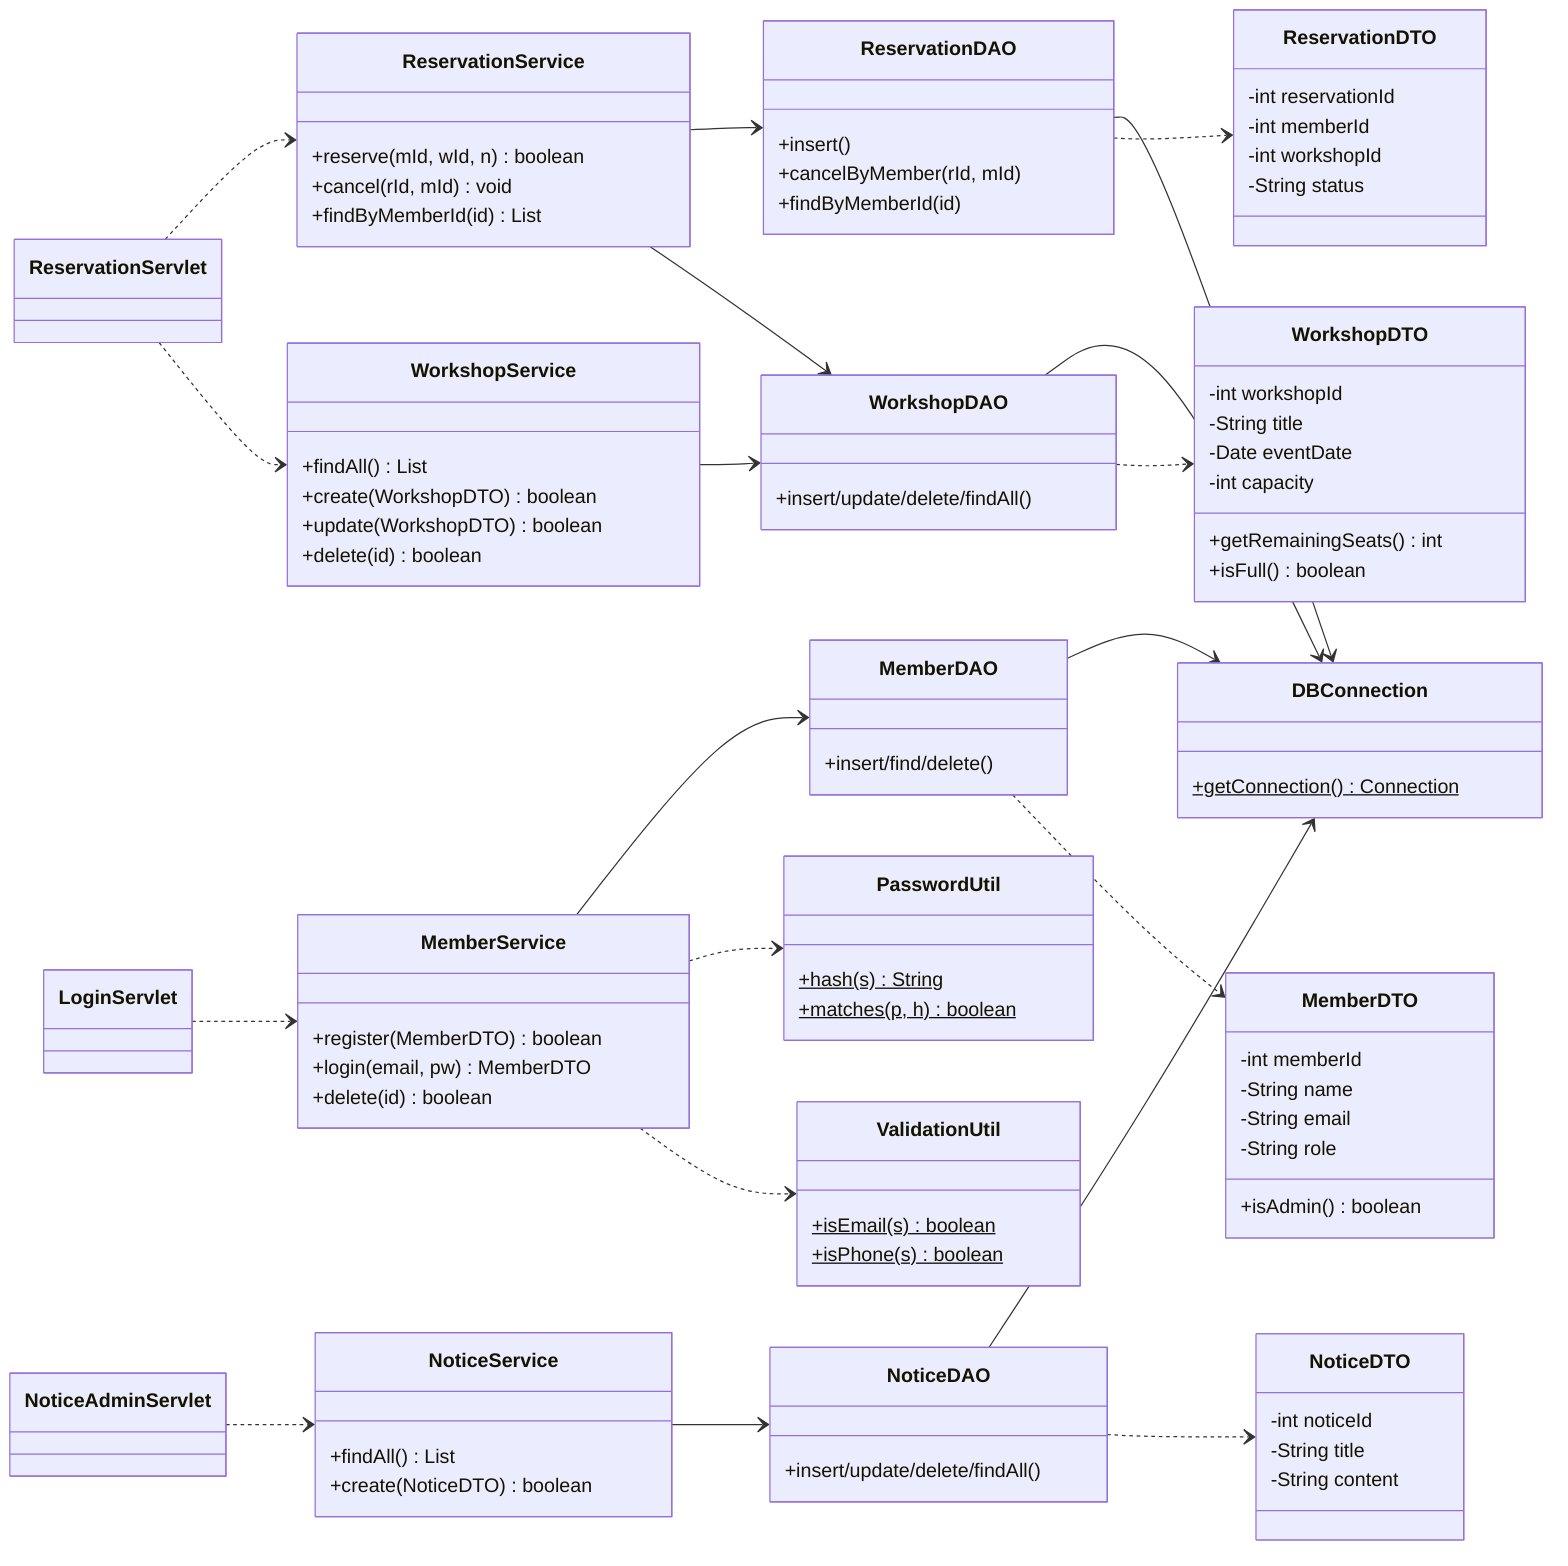
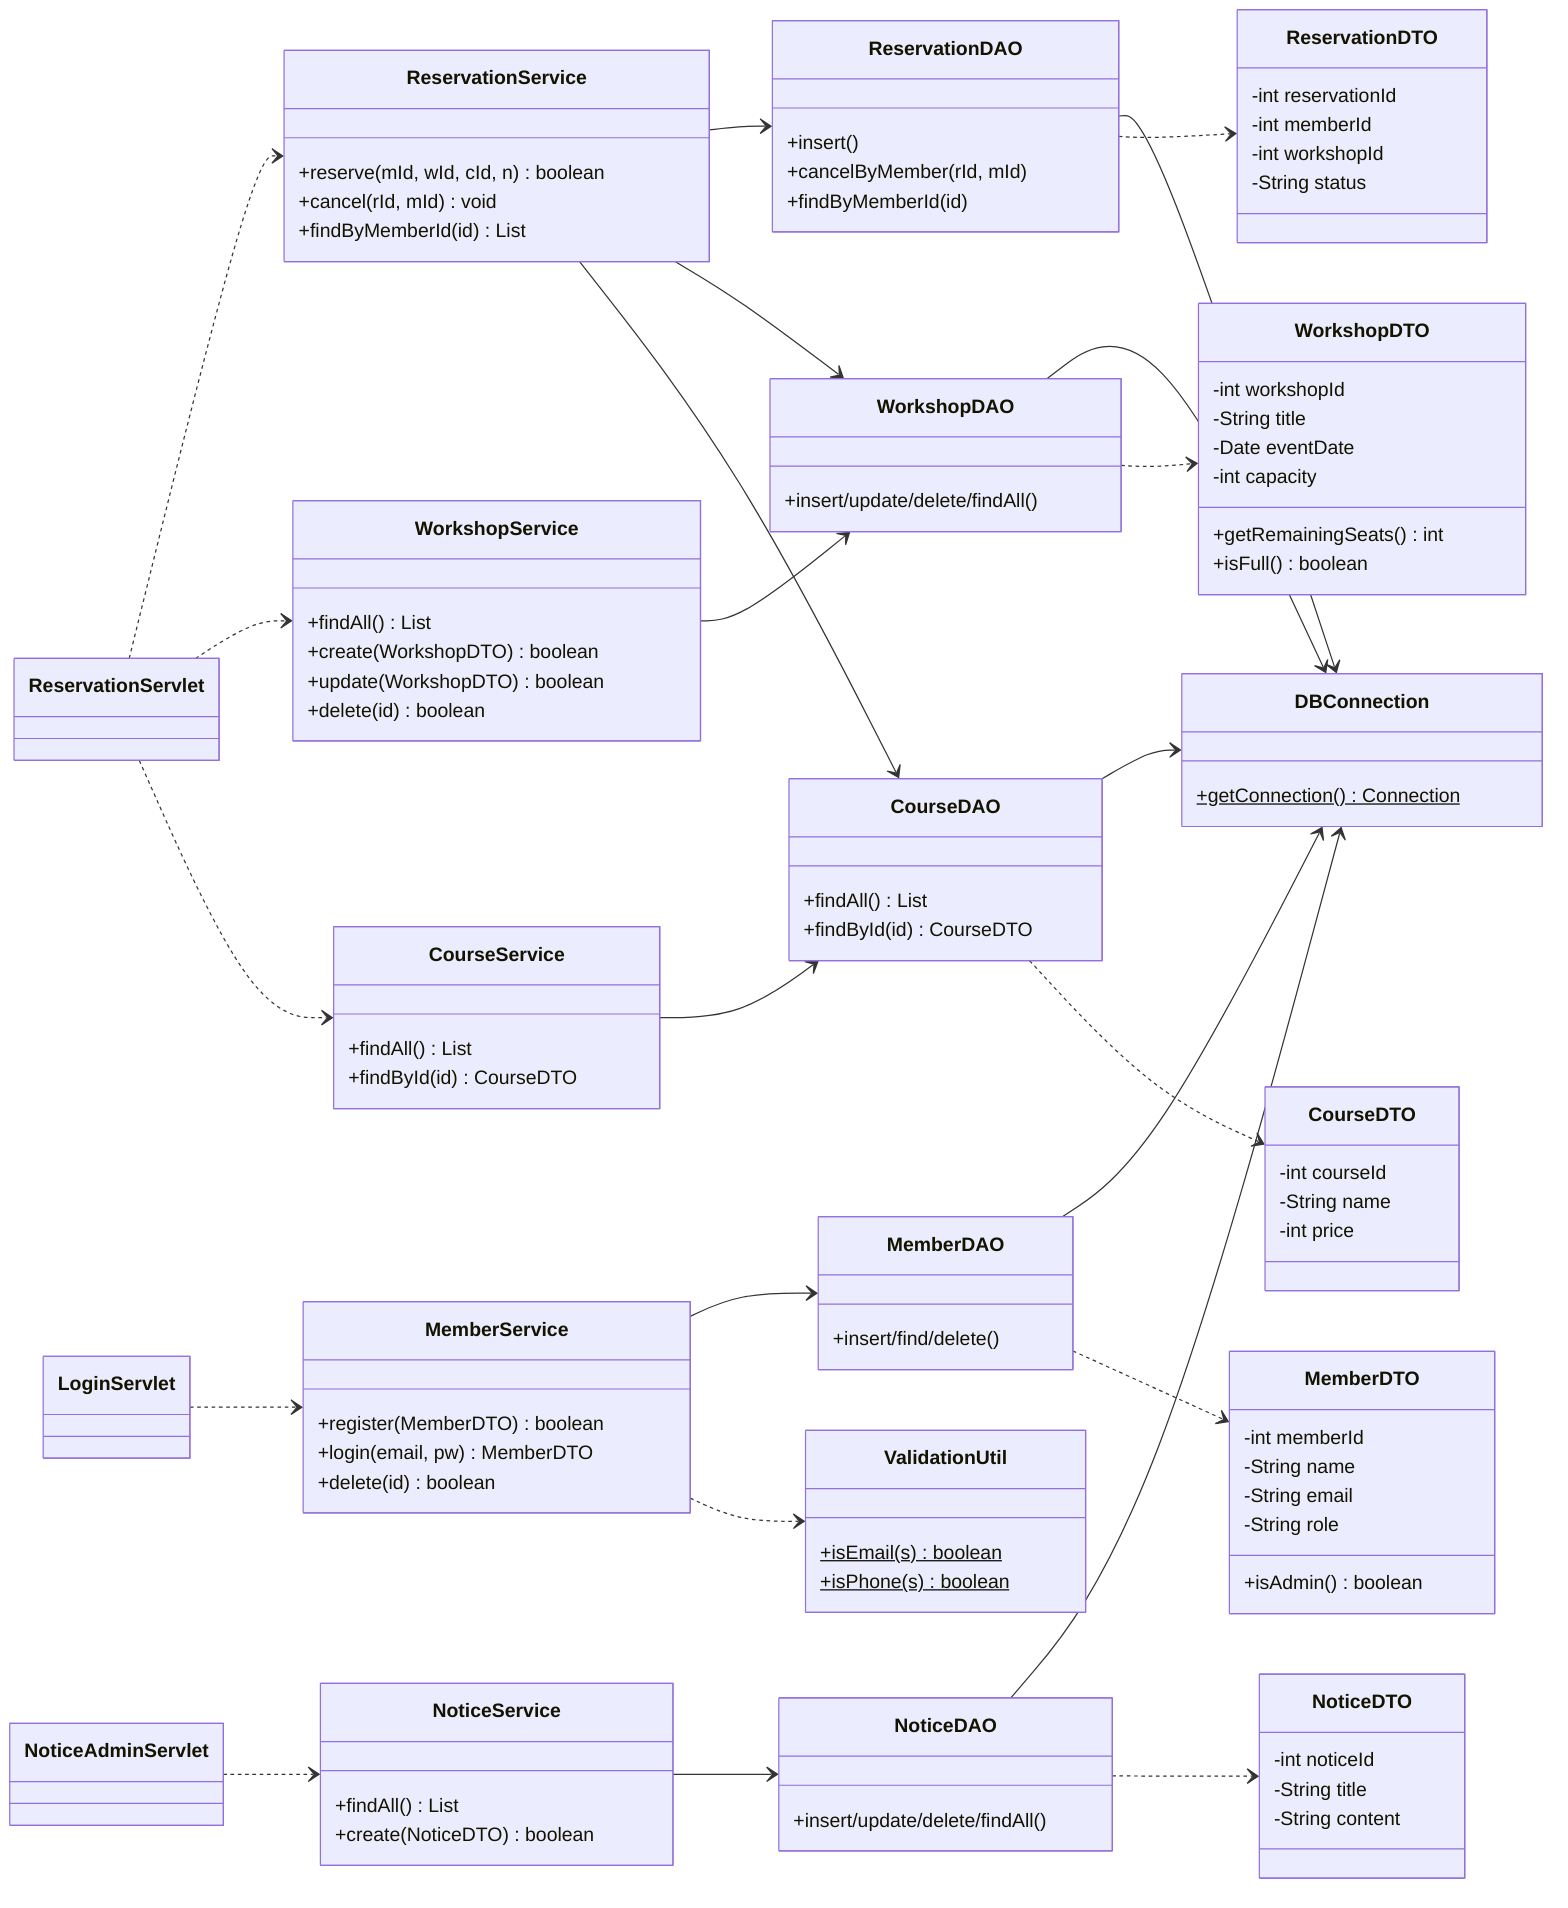
classDiagram
    direction LR

    class MemberDTO {
        -int memberId
        -String name
        -String email
        -String role
        +isAdmin() boolean
    }
    class WorkshopDTO {
        -int workshopId
        -String title
        -Date eventDate
        -int capacity
        +getRemainingSeats() int
        +isFull() boolean
    }
    class ReservationDTO {
        -int reservationId
        -int memberId
        -int workshopId
        -String status
    }
    class NoticeDTO {
        -int noticeId
        -String title
        -String content
    }

    class MemberService {
        +register(MemberDTO) boolean
        +login(email, pw) MemberDTO
        +delete(id) boolean
    }
    class WorkshopService {
        +findAll() List
        +create(WorkshopDTO) boolean
        +update(WorkshopDTO) boolean
        +delete(id) boolean
    }
    class ReservationService {
-         +reserve(mId, wId, n) boolean
+         +reserve(mId, wId, cId, n) boolean
        +cancel(rId, mId) void
        +findByMemberId(id) List
    }
    class NoticeService {
        +findAll() List
        +create(NoticeDTO) boolean
+     }
+     class CourseService {
+         +findAll() List
+         +findById(id) CourseDTO
    }

    class MemberDAO {
        +insert/find/delete()
    }
    class WorkshopDAO {
        +insert/update/delete/findAll()
    }
    class ReservationDAO {
        +insert()
        +cancelByMember(rId, mId)
        +findByMemberId(id)
    }
    class NoticeDAO {
        +insert/update/delete/findAll()
    }
+     class CourseDAO {
+         +findAll() List
+         +findById(id) CourseDTO
+     }
+     class CourseDTO {
+         -int courseId
+         -String name
+         -int price
+     }

    class DBConnection {
        +getConnection() Connection$
-     }
-     class PasswordUtil {
-         +hash(s)$ String
-         +matches(p, h)$ boolean
    }
    class ValidationUtil {
        +isEmail(s)$ boolean
        +isPhone(s)$ boolean
    }

    class LoginServlet
    class ReservationServlet
    class NoticeAdminServlet

    LoginServlet ..> MemberService
    ReservationServlet ..> ReservationService
    ReservationServlet ..> WorkshopService
+     ReservationServlet ..> CourseService
    NoticeAdminServlet ..> NoticeService

    MemberService --> MemberDAO
    WorkshopService --> WorkshopDAO
    ReservationService --> ReservationDAO
    ReservationService --> WorkshopDAO
+     ReservationService --> CourseDAO
    NoticeService --> NoticeDAO
+     CourseService --> CourseDAO

-     MemberService ..> PasswordUtil
    MemberService ..> ValidationUtil

    MemberDAO --> DBConnection
    WorkshopDAO --> DBConnection
    ReservationDAO --> DBConnection
    NoticeDAO --> DBConnection
+     CourseDAO --> DBConnection

    MemberDAO ..> MemberDTO
    WorkshopDAO ..> WorkshopDTO
    ReservationDAO ..> ReservationDTO
    NoticeDAO ..> NoticeDTO
+     CourseDAO ..> CourseDTO
